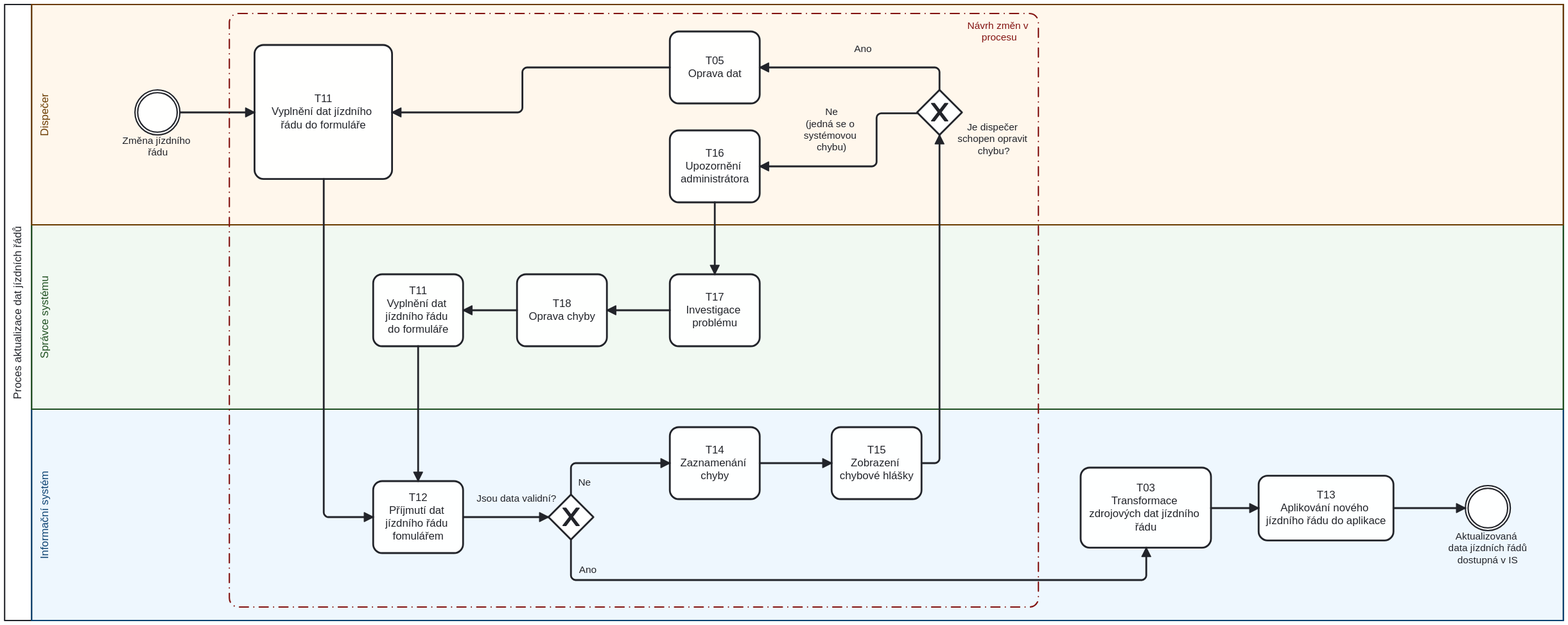
Earlier version of the BPMN export images/Pr1_v2 Aktualizace dat jízdních řádů.svg (StrangerTwo/bachelor-thesis). Its source is kept beside it as images/Pr1_v2 Aktualizace dat jízdních řádů.bpmn. Ids are renumbered.
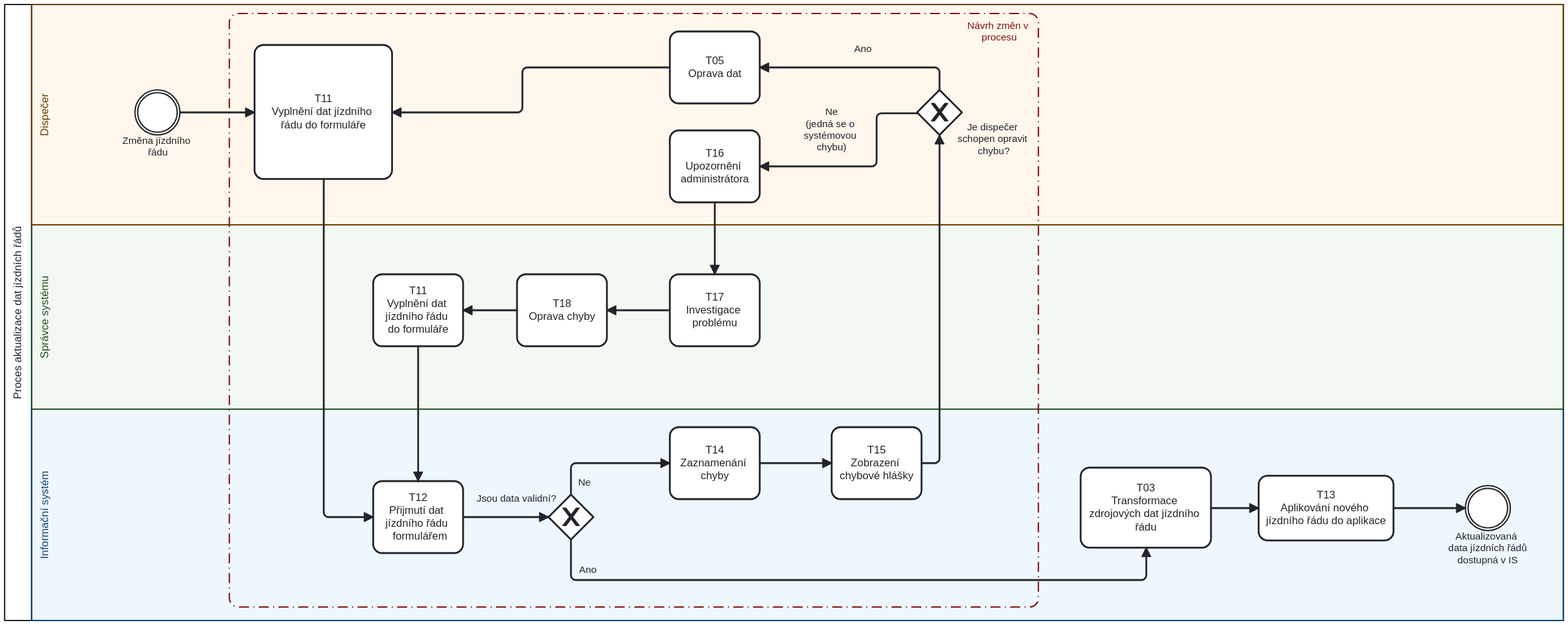
The same diagram one commit later.

Change to the diagram source:
```diff
@@ -45,7 +45,7 @@
       <incoming>Flow_n22</incoming>
       <outgoing>Flow_n13</outgoing>
     </task>
-    <task id="Activity_n9" name="T12&#10;Příjmutí dat jízdního řádu fomulářem">
+    <task id="Activity_n9" name="T12&#10;Přijmutí dat jízdního řádu formulářem">
       <incoming>Flow_n13</incoming>
       <incoming>Flow_n23</incoming>
       <outgoing>Flow_n14</outgoing>
```
